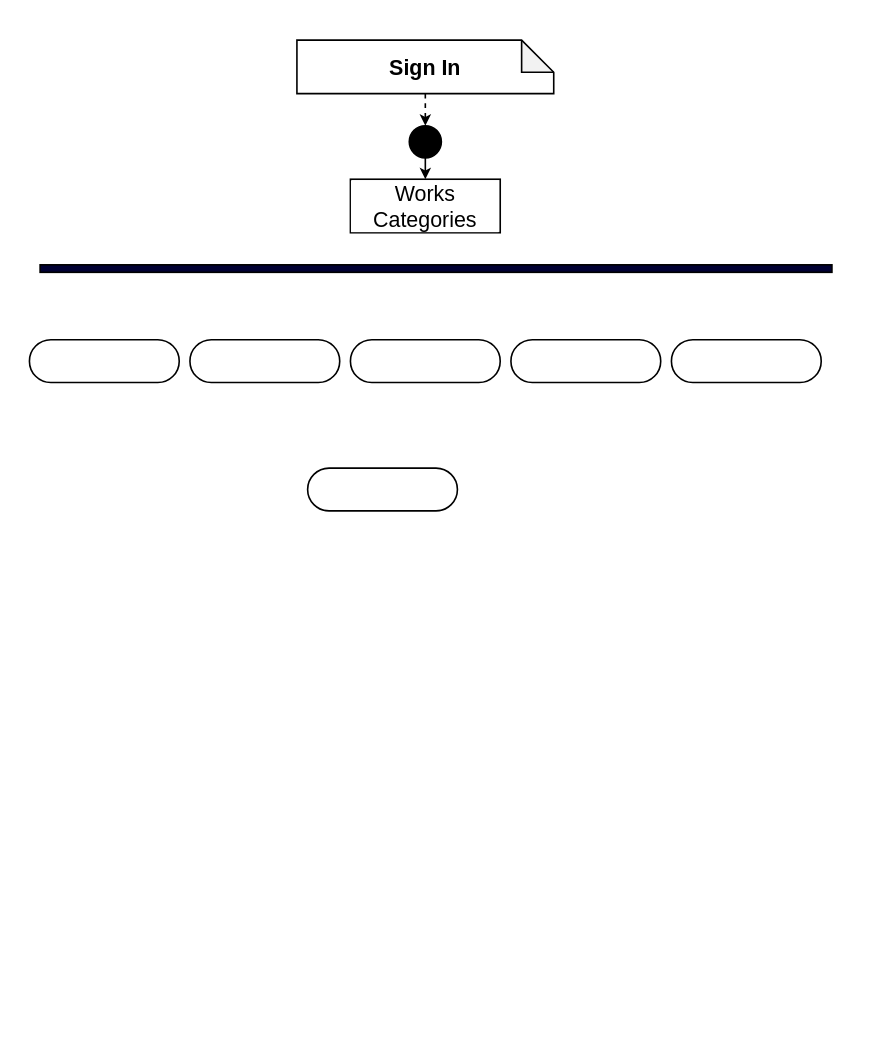
This is page "Page-5" (5 of 5) of activity_diagram.drawio from Fatema-A-Ferdaus/se231, a draw.io file, before an edit. Source tidied: cells renumbered, new cells numbered last; positions are measured from the earlier drawing's top-left corner, leaving out a move shared by most shapes. Both pictures are drawn from the tidied source at 107%, with x=0, y=0 at pixel (29, 40).
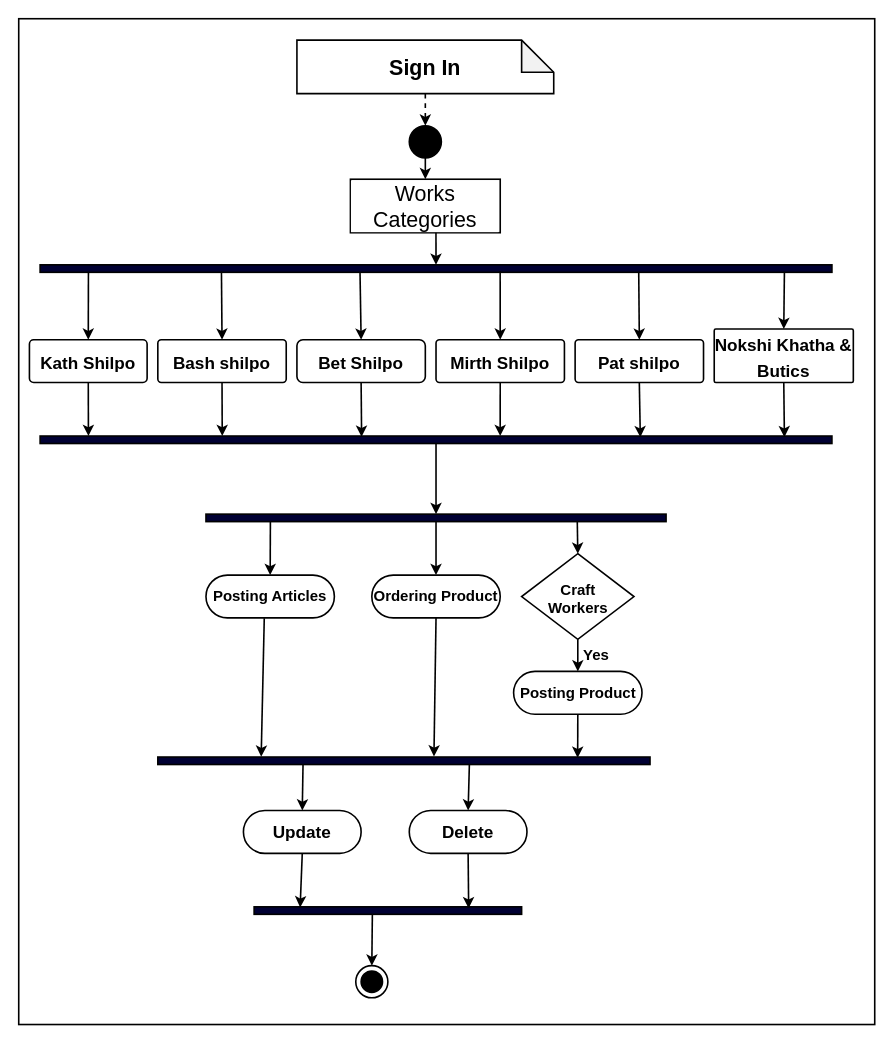
The same page after the edit.

Unchanged cells that the change refers to:
```xml
<mxCell id="5" value="&lt;span style=&quot;background-color: transparent&quot;&gt;Works Categories&lt;/span&gt;" style="rounded=0;whiteSpace=wrap;html=1;labelBackgroundColor=#FFFFFF;fontSize=20;strokeWidth=1.5;fillColor=none;" parent="1" vertex="1">
  <mxGeometry x="300" y="130" width="140" height="50" as="geometry" />
</mxCell>
<mxCell id="7" style="rounded=0;whiteSpace=wrap;html=1;labelBackgroundColor=none;fontSize=20;strokeWidth=1.5;fillColor=#000033;" parent="1" vertex="1">
  <mxGeometry x="10" y="210" width="740" height="7" as="geometry" />
</mxCell>
```

Change to the diagram source:
```diff
@@
-    <mxCell id="8" style="rounded=1;whiteSpace=wrap;html=1;labelBackgroundColor=none;fontSize=20;strokeWidth=1.5;fillColor=none;arcSize=50;" parent="1" vertex="1">
-      <mxGeometry y="280" width="140" height="40" as="geometry" />
+    <mxCell id="8" value="&lt;span style=&quot;font-size: 12pt ; font-family: &amp;#34;arial&amp;#34; ; color: rgb(0 , 0 , 0) ; background-color: transparent ; font-weight: 700 ; font-style: normal ; font-variant: normal ; text-decoration: none ; vertical-align: baseline&quot; id=&quot;docs-internal-guid-6726fabb-7fff-f046-24c0-1c36b1131add&quot;&gt;Kath Shilpo&lt;/span&gt;" style="rounded=1;whiteSpace=wrap;html=1;labelBackgroundColor=none;fontSize=20;strokeWidth=1.5;fillColor=none;arcSize=10;" parent="1" vertex="1">
+      <mxGeometry y="280" width="110" height="40" as="geometry" />
     </mxCell>
-    <mxCell id="9" style="rounded=1;whiteSpace=wrap;html=1;labelBackgroundColor=none;fontSize=20;strokeWidth=1.5;fillColor=none;arcSize=50;" parent="1" vertex="1">
-      <mxGeometry x="150" y="280" width="140" height="40" as="geometry" />
+    <mxCell id="9" value="&lt;span style=&quot;font-size: 12pt ; font-family: &amp;#34;arial&amp;#34; ; color: rgb(0 , 0 , 0) ; background-color: transparent ; font-weight: 700 ; font-style: normal ; font-variant: normal ; text-decoration: none ; vertical-align: baseline&quot; id=&quot;docs-internal-guid-34cbf80d-7fff-55db-c54f-8b5d474153bf&quot;&gt;Bash shilpo&lt;/span&gt;" style="rounded=1;whiteSpace=wrap;html=1;labelBackgroundColor=none;fontSize=20;strokeWidth=1.5;fillColor=none;arcSize=8;" parent="1" vertex="1">
+      <mxGeometry x="120" y="280" width="120" height="40" as="geometry" />
     </mxCell>
-    <mxCell id="10" style="rounded=1;whiteSpace=wrap;html=1;labelBackgroundColor=none;fontSize=20;strokeWidth=1.5;fillColor=none;arcSize=50;" parent="1" vertex="1">
-      <mxGeometry x="260" y="400" width="140" height="40" as="geometry" />
+    <mxCell id="10" value="&lt;span style=&quot;font-size: 12pt ; font-family: &amp;#34;arial&amp;#34; ; color: rgb(0 , 0 , 0) ; background-color: transparent ; font-weight: 700 ; font-style: normal ; font-variant: normal ; text-decoration: none ; vertical-align: baseline&quot; id=&quot;docs-internal-guid-1ef80e34-7fff-5777-8b7e-475bab9c5eb1&quot;&gt;Nokshi Khatha &amp;amp; Butics&lt;/span&gt;" style="rounded=1;whiteSpace=wrap;html=1;labelBackgroundColor=none;fontSize=20;strokeWidth=1.5;fillColor=none;arcSize=3;" parent="1" vertex="1">
+      <mxGeometry x="640" y="270" width="130" height="50" as="geometry" />
     </mxCell>
-    <mxCell id="11" style="rounded=1;whiteSpace=wrap;html=1;labelBackgroundColor=none;fontSize=20;strokeWidth=1.5;fillColor=none;arcSize=50;" parent="1" vertex="1">
-      <mxGeometry x="600" y="280" width="140" height="40" as="geometry" />
+    <mxCell id="11" value="&lt;span style=&quot;font-size: 12pt ; font-family: &amp;#34;arial&amp;#34; ; color: rgb(0 , 0 , 0) ; background-color: transparent ; font-weight: 700 ; font-style: normal ; font-variant: normal ; text-decoration: none ; vertical-align: baseline&quot; id=&quot;docs-internal-guid-197077af-7fff-e433-8378-7f36e6e4e7f5&quot;&gt;Pat shilpo&lt;/span&gt;" style="rounded=1;whiteSpace=wrap;html=1;labelBackgroundColor=none;fontSize=20;strokeWidth=1.5;fillColor=none;arcSize=8;" parent="1" vertex="1">
+      <mxGeometry x="510" y="280" width="120" height="40" as="geometry" />
     </mxCell>
-    <mxCell id="12" style="rounded=1;whiteSpace=wrap;html=1;labelBackgroundColor=none;fontSize=20;strokeWidth=1.5;fillColor=none;arcSize=50;" parent="1" vertex="1">
-      <mxGeometry x="300" y="280" width="140" height="40" as="geometry" />
+    <mxCell id="12" value="&lt;span style=&quot;font-size: 12pt ; font-family: &amp;#34;arial&amp;#34; ; color: rgb(0 , 0 , 0) ; background-color: transparent ; font-weight: 700 ; font-style: normal ; font-variant: normal ; text-decoration: none ; vertical-align: baseline&quot; id=&quot;docs-internal-guid-715b8d01-7fff-f025-16f1-27907d67c3bf&quot;&gt;Bet Shilpo &lt;/span&gt;" style="rounded=1;whiteSpace=wrap;html=1;labelBackgroundColor=none;fontSize=20;strokeWidth=1.5;fillColor=none;arcSize=14;" parent="1" vertex="1">
+      <mxGeometry x="250" y="280" width="120" height="40" as="geometry" />
     </mxCell>
-    <mxCell id="13" style="rounded=1;whiteSpace=wrap;html=1;labelBackgroundColor=none;fontSize=20;strokeWidth=1.5;fillColor=none;arcSize=50;" parent="1" vertex="1">
-      <mxGeometry x="450" y="280" width="140" height="40" as="geometry" />
+    <mxCell id="13" value="&lt;span style=&quot;font-size: 12pt ; font-family: &amp;#34;arial&amp;#34; ; color: rgb(0 , 0 , 0) ; background-color: transparent ; font-weight: 700 ; font-style: normal ; font-variant: normal ; text-decoration: none ; vertical-align: baseline&quot; id=&quot;docs-internal-guid-07301e16-7fff-2914-46a4-46dafbbbed3c&quot;&gt;Mirth Shilpo&lt;/span&gt;" style="rounded=1;whiteSpace=wrap;html=1;labelBackgroundColor=none;fontSize=20;strokeWidth=1.5;fillColor=none;arcSize=8;" parent="1" vertex="1">
+      <mxGeometry x="380" y="280" width="120" height="40" as="geometry" />
     </mxCell>
+    <mxCell id="14" style="endArrow=classic;html=1;rounded=0;fontSize=20;strokeWidth=1.5;exitX=0.061;exitY=1.031;exitDx=0;exitDy=0;exitPerimeter=0;entryX=0.5;entryY=0;entryDx=0;entryDy=0;" parent="1" edge="1" source="7" target="8">
+      <mxGeometry relative="1" as="geometry" />
+    </mxCell>
+    <mxCell id="15" style="endArrow=classic;html=1;rounded=0;fontSize=20;strokeWidth=1.5;entryX=0.5;entryY=0;entryDx=0;entryDy=0;exitX=0.229;exitY=0.878;exitDx=0;exitDy=0;exitPerimeter=0;" parent="1" edge="1" source="7" target="9">
+      <mxGeometry relative="1" as="geometry" />
+    </mxCell>
+    <mxCell id="16" style="endArrow=classic;html=1;rounded=0;fontSize=20;strokeWidth=1.5;entryX=0.5;entryY=0;entryDx=0;entryDy=0;exitX=0.404;exitY=0.98;exitDx=0;exitDy=0;exitPerimeter=0;" parent="1" edge="1" source="7" target="12">
+      <mxGeometry relative="1" as="geometry" />
+    </mxCell>
+    <mxCell id="17" style="endArrow=classic;html=1;rounded=0;fontSize=20;strokeWidth=1.5;entryX=0.5;entryY=0;entryDx=0;entryDy=0;exitX=0.581;exitY=0.823;exitDx=0;exitDy=0;exitPerimeter=0;" parent="1" edge="1" source="7" target="13">
+      <mxGeometry relative="1" as="geometry" />
+    </mxCell>
+    <mxCell id="18" style="endArrow=classic;html=1;rounded=0;fontSize=20;strokeWidth=1.5;entryX=0.5;entryY=0;entryDx=0;entryDy=0;exitX=0.756;exitY=0.941;exitDx=0;exitDy=0;exitPerimeter=0;" parent="1" edge="1" source="7" target="11">
+      <mxGeometry relative="1" as="geometry" />
+    </mxCell>
+    <mxCell id="19" style="endArrow=classic;html=1;rounded=0;fontSize=20;strokeWidth=1.5;entryX=0.5;entryY=0;entryDx=0;entryDy=0;exitX=0.94;exitY=0.912;exitDx=0;exitDy=0;exitPerimeter=0;" parent="1" edge="1" source="7" target="10">
+      <mxGeometry relative="1" as="geometry" />
+    </mxCell>
+    <mxCell id="20" style="endArrow=classic;html=1;rounded=0;fontSize=20;strokeWidth=1.5;entryX=0.5;entryY=0;entryDx=0;entryDy=0;exitX=0.571;exitY=1;exitDx=0;exitDy=0;exitPerimeter=0;" parent="1" edge="1" source="5" target="7">
+      <mxGeometry relative="1" as="geometry" />
+    </mxCell>
+    <mxCell id="21" style="rounded=0;whiteSpace=wrap;html=1;labelBackgroundColor=none;fontSize=20;strokeWidth=1.5;fillColor=#000033;" parent="1" vertex="1">
+      <mxGeometry x="10" y="370" width="740" height="7" as="geometry" />
+    </mxCell>
+    <mxCell id="22" style="endArrow=classic;html=1;rounded=0;fontSize=20;strokeWidth=1.5;exitX=0.5;exitY=1;exitDx=0;exitDy=0;entryX=0.581;entryY=0;entryDx=0;entryDy=0;entryPerimeter=0;" parent="1" edge="1" source="13" target="21">
+      <mxGeometry relative="1" as="geometry" />
+    </mxCell>
+    <mxCell id="23" style="endArrow=classic;html=1;rounded=0;fontSize=20;strokeWidth=1.5;exitX=0.5;exitY=1;exitDx=0;exitDy=0;entryX=0.758;entryY=0.167;entryDx=0;entryDy=0;entryPerimeter=0;" parent="1" edge="1" source="11" target="21">
+      <mxGeometry relative="1" as="geometry" />
+    </mxCell>
+    <mxCell id="24" style="endArrow=classic;html=1;rounded=0;fontSize=20;strokeWidth=1.5;exitX=0.5;exitY=1;exitDx=0;exitDy=0;entryX=0.94;entryY=0.167;entryDx=0;entryDy=0;entryPerimeter=0;" parent="1" edge="1" source="10" target="21">
+      <mxGeometry relative="1" as="geometry" />
+    </mxCell>
+    <mxCell id="25" style="endArrow=classic;html=1;rounded=0;fontSize=20;strokeWidth=1.5;exitX=0.5;exitY=1;exitDx=0;exitDy=0;entryX=0.406;entryY=0.107;entryDx=0;entryDy=0;entryPerimeter=0;" parent="1" edge="1" source="12" target="21">
+      <mxGeometry relative="1" as="geometry" />
+    </mxCell>
+    <mxCell id="26" style="endArrow=classic;html=1;rounded=0;fontSize=20;strokeWidth=1.5;exitX=0.5;exitY=1;exitDx=0;exitDy=0;entryX=0.23;entryY=0;entryDx=0;entryDy=0;entryPerimeter=0;" parent="1" edge="1" source="9" target="21">
+      <mxGeometry relative="1" as="geometry" />
+    </mxCell>
+    <mxCell id="27" style="endArrow=classic;html=1;rounded=0;fontSize=20;strokeWidth=1.5;exitX=0.5;exitY=1;exitDx=0;exitDy=0;entryX=0.061;entryY=0;entryDx=0;entryDy=0;entryPerimeter=0;" parent="1" edge="1" source="8" target="21">
+      <mxGeometry relative="1" as="geometry" />
+    </mxCell>
+    <mxCell id="28" style="rhombus;whiteSpace=wrap;html=1;rounded=0;labelBackgroundColor=none;fontSize=20;strokeWidth=1.5;fillColor=none;" parent="1" vertex="1">
+      <mxGeometry x="460" y="480" width="105" height="80" as="geometry" />
+    </mxCell>
+    <mxCell id="29" value="&lt;div style=&quot;line-height: 0.8&quot; align=&quot;center&quot;&gt;&lt;b&gt;&lt;font style=&quot;font-size: 14px&quot;&gt;Craft Workers&lt;/font&gt;&lt;/b&gt;&lt;/div&gt;" style="text;html=1;strokeColor=none;fillColor=none;align=center;verticalAlign=middle;whiteSpace=wrap;rounded=0;labelBackgroundColor=none;fontSize=20;" parent="1" vertex="1">
+      <mxGeometry x="482.5" y="505" width="60" height="30" as="geometry" />
+    </mxCell>
+    <mxCell id="30" style="endArrow=classic;html=1;rounded=0;fontSize=14;strokeWidth=1.5;exitX=0.5;exitY=1;exitDx=0;exitDy=0;entryX=0.5;entryY=0;entryDx=0;entryDy=0;" parent="1" edge="1" source="21" target="31">
+      <mxGeometry relative="1" as="geometry" />
+    </mxCell>
+    <mxCell id="31" style="rounded=0;whiteSpace=wrap;html=1;labelBackgroundColor=none;fontSize=20;strokeWidth=1.5;fillColor=#000033;" parent="1" vertex="1">
+      <mxGeometry x="165" y="443" width="430" height="7" as="geometry" />
+    </mxCell>
+    <mxCell id="32" value="&lt;b&gt;Posting Articles&lt;/b&gt;" style="rounded=1;whiteSpace=wrap;html=1;labelBackgroundColor=none;fontSize=14;strokeWidth=1.5;fillColor=none;arcSize=50;" parent="1" vertex="1">
+      <mxGeometry x="165" y="500" width="120" height="40" as="geometry" />
+    </mxCell>
+    <mxCell id="33" value="&lt;b&gt;Ordering Product&lt;/b&gt;" style="rounded=1;whiteSpace=wrap;html=1;labelBackgroundColor=none;fontSize=14;strokeWidth=1.5;fillColor=none;arcSize=50;" parent="1" vertex="1">
+      <mxGeometry x="320" y="500" width="120" height="40" as="geometry" />
+    </mxCell>
+    <mxCell id="34" value="&lt;font style=&quot;font-size: 14px&quot;&gt;&lt;b&gt;Posting Product&lt;br&gt;&lt;/b&gt;&lt;/font&gt;" style="rounded=1;whiteSpace=wrap;html=1;labelBackgroundColor=none;fontSize=14;strokeWidth=1.5;fillColor=none;arcSize=50;" parent="1" vertex="1">
+      <mxGeometry x="452.5" y="590" width="120" height="40" as="geometry" />
+    </mxCell>
+    <mxCell id="35" style="endArrow=classic;html=1;rounded=0;fontSize=16;strokeWidth=1.5;entryX=0.5;entryY=0;entryDx=0;entryDy=0;exitX=0.14;exitY=0.929;exitDx=0;exitDy=0;exitPerimeter=0;" parent="1" edge="1" source="31" target="32">
+      <mxGeometry relative="1" as="geometry" />
+    </mxCell>
+    <mxCell id="36" style="endArrow=classic;html=1;rounded=0;fontSize=16;strokeWidth=1.5;entryX=0.5;entryY=0;entryDx=0;entryDy=0;exitX=0.5;exitY=1;exitDx=0;exitDy=0;" parent="1" edge="1" source="31" target="33">
+      <mxGeometry relative="1" as="geometry" />
+    </mxCell>
+    <mxCell id="37" style="endArrow=classic;html=1;rounded=0;fontSize=16;strokeWidth=1.5;entryX=0.5;entryY=0;entryDx=0;entryDy=0;exitX=0.807;exitY=0.929;exitDx=0;exitDy=0;exitPerimeter=0;" parent="1" edge="1" source="31" target="28">
+      <mxGeometry relative="1" as="geometry" />
+    </mxCell>
+    <mxCell id="38" style="endArrow=classic;html=1;rounded=0;fontSize=16;strokeWidth=1.5;entryX=0.5;entryY=0;entryDx=0;entryDy=0;exitX=0.5;exitY=1;exitDx=0;exitDy=0;" parent="1" edge="1" source="28" target="34">
+      <mxGeometry relative="1" as="geometry" />
+    </mxCell>
+    <mxCell id="39" value="&lt;b&gt;Yes&lt;/b&gt;" style="text;html=1;strokeColor=none;fillColor=none;align=center;verticalAlign=middle;whiteSpace=wrap;rounded=0;labelBackgroundColor=none;fontSize=14;" parent="1" vertex="1">
+      <mxGeometry x="500" y="560" width="60" height="30" as="geometry" />
+    </mxCell>
+    <mxCell id="40" style="rounded=0;whiteSpace=wrap;html=1;labelBackgroundColor=none;fontSize=20;strokeWidth=1.5;fillColor=#000033;" parent="1" vertex="1">
+      <mxGeometry x="120" y="670" width="460" height="7" as="geometry" />
+    </mxCell>
+    <mxCell id="41" value="&lt;font style=&quot;font-size: 16px&quot;&gt;&lt;b&gt;Update &lt;/b&gt;&lt;/font&gt;" style="rounded=1;whiteSpace=wrap;html=1;labelBackgroundColor=none;fontSize=14;strokeWidth=1.5;fillColor=none;arcSize=50;" parent="1" vertex="1">
+      <mxGeometry x="200" y="720" width="110" height="40" as="geometry" />
+    </mxCell>
+    <mxCell id="42" value="&lt;font size=&quot;1&quot;&gt;&lt;b style=&quot;font-size: 16px&quot;&gt;Delete&lt;/b&gt;&lt;/font&gt;" style="rounded=1;whiteSpace=wrap;html=1;labelBackgroundColor=none;fontSize=14;strokeWidth=1.5;fillColor=none;arcSize=50;" parent="1" vertex="1">
+      <mxGeometry x="355" y="720" width="110" height="40" as="geometry" />
+    </mxCell>
+    <mxCell id="43" style="endArrow=classic;html=1;rounded=0;fontSize=16;strokeWidth=1.5;entryX=0.5;entryY=0;entryDx=0;entryDy=0;exitX=0.295;exitY=1;exitDx=0;exitDy=0;exitPerimeter=0;" parent="1" edge="1" source="40" target="41">
+      <mxGeometry relative="1" as="geometry" />
+    </mxCell>
+    <mxCell id="44" style="endArrow=classic;html=1;rounded=0;fontSize=16;strokeWidth=1.5;entryX=0.5;entryY=0;entryDx=0;entryDy=0;exitX=0.633;exitY=0.923;exitDx=0;exitDy=0;exitPerimeter=0;" parent="1" edge="1" source="40" target="42">
+      <mxGeometry relative="1" as="geometry" />
+    </mxCell>
+    <mxCell id="45" style="endArrow=classic;html=1;rounded=0;fontSize=16;strokeWidth=1.5;exitX=0.5;exitY=1;exitDx=0;exitDy=0;entryX=0.853;entryY=0.108;entryDx=0;entryDy=0;entryPerimeter=0;" parent="1" edge="1" source="34" target="40">
+      <mxGeometry relative="1" as="geometry" />
+    </mxCell>
+    <mxCell id="46" style="endArrow=classic;html=1;rounded=0;fontSize=16;strokeWidth=1.5;exitX=0.454;exitY=1.009;exitDx=0;exitDy=0;exitPerimeter=0;entryX=0.21;entryY=-0.027;entryDx=0;entryDy=0;entryPerimeter=0;" parent="1" edge="1" source="32" target="40">
+      <mxGeometry relative="1" as="geometry" />
+    </mxCell>
+    <mxCell id="47" style="endArrow=classic;html=1;rounded=0;fontSize=16;strokeWidth=1.5;exitX=0.5;exitY=1;exitDx=0;exitDy=0;entryX=0.561;entryY=-0.069;entryDx=0;entryDy=0;entryPerimeter=0;" parent="1" edge="1" source="33" target="40">
+      <mxGeometry relative="1" as="geometry" />
+    </mxCell>
+    <mxCell id="48" style="rounded=0;whiteSpace=wrap;html=1;labelBackgroundColor=none;fontSize=20;strokeWidth=1.5;fillColor=#000033;" parent="1" vertex="1">
+      <mxGeometry x="210" y="810" width="250" height="7" as="geometry" />
+    </mxCell>
+    <mxCell id="49" style="endArrow=classic;html=1;rounded=0;fontSize=16;strokeWidth=1.5;exitX=0.5;exitY=1;exitDx=0;exitDy=0;entryX=0.172;entryY=0.075;entryDx=0;entryDy=0;entryPerimeter=0;" parent="1" edge="1" source="41" target="48">
+      <mxGeometry relative="1" as="geometry" />
+    </mxCell>
+    <mxCell id="50" style="endArrow=classic;html=1;rounded=0;fontSize=16;strokeWidth=1.5;exitX=0.5;exitY=1;exitDx=0;exitDy=0;entryX=0.802;entryY=0.207;entryDx=0;entryDy=0;entryPerimeter=0;" parent="1" edge="1" source="42" target="48">
+      <mxGeometry relative="1" as="geometry" />
+    </mxCell>
+    <mxCell id="51" style="ellipse;whiteSpace=wrap;html=1;rounded=1;labelBackgroundColor=#FFFFFF;fontSize=20;strokeWidth=1.5;fillColor=none;" parent="1" vertex="1">
+      <mxGeometry x="305" y="865" width="30" height="30" as="geometry" />
+    </mxCell>
+    <mxCell id="52" style="ellipse;whiteSpace=wrap;html=1;rounded=1;labelBackgroundColor=#FFFFFF;fontSize=20;strokeWidth=1.5;fillColor=#000000;" parent="1" vertex="1">
+      <mxGeometry x="310" y="870" width="20" height="20" as="geometry" />
+    </mxCell>
+    <mxCell id="53" style="endArrow=classic;html=1;rounded=0;fontSize=16;strokeWidth=1.5;entryX=0.5;entryY=0;entryDx=0;entryDy=0;exitX=0.442;exitY=1.049;exitDx=0;exitDy=0;exitPerimeter=0;" parent="1" edge="1" source="48" target="51">
+      <mxGeometry relative="1" as="geometry" />
+    </mxCell>
+    <mxCell id="54" style="rounded=0;whiteSpace=wrap;html=1;labelBackgroundColor=none;fontSize=16;strokeWidth=1.5;fillColor=none;" parent="1" vertex="1">
+      <mxGeometry x="-10" y="-20" width="800" height="940" as="geometry" />
+    </mxCell>
```
